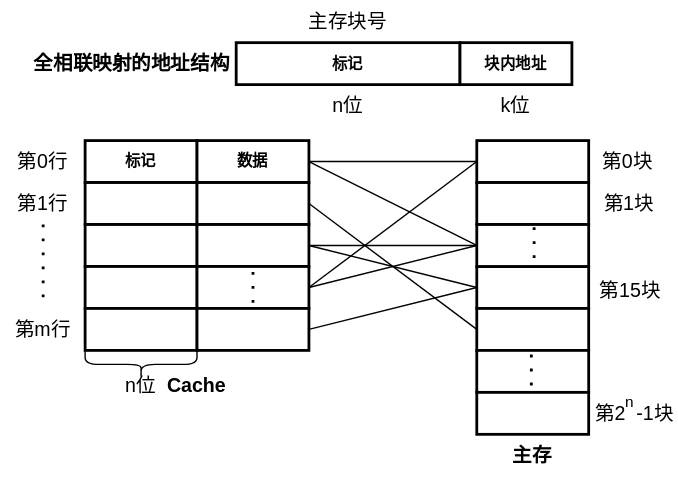
This is pictures/计算机组成原理-Cache-主存的全相联映射方式.drawio.svg from creatern/NoteBook, a draw.io export, as it was before one commit. Source tidied: cells renumbered, new cells last; positions are measured from the earlier drawing's top-left corner, leaving out a move shared by most shapes.
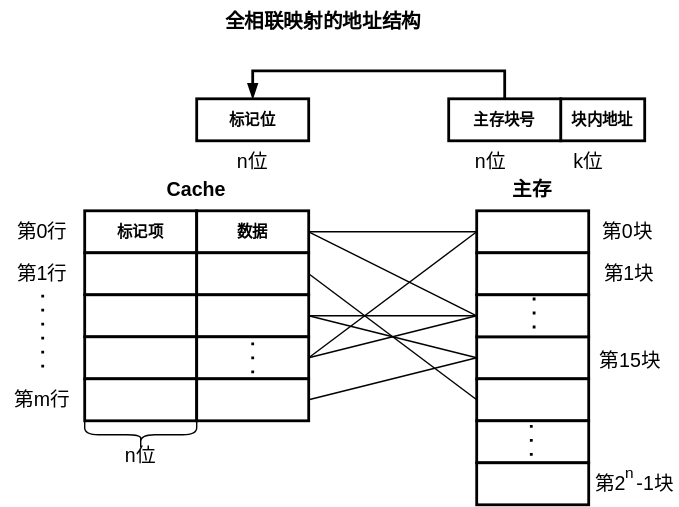
After the change.

What changed in the source:
```diff
@@ -2,16 +2,16 @@
   <root>
     <mxCell id="0" />
     <mxCell id="1" parent="0" />
-    <mxCell id="2" value="标记" style="rounded=0;whiteSpace=wrap;html=1;fontFamily=Helvetica;fontSize=11;fontColor=default;fontStyle=1;strokeWidth=2;" parent="1" vertex="1">
-      <mxGeometry x="168" y="30" width="160" height="30" as="geometry" />
+    <mxCell id="2" value="标记位" style="rounded=0;whiteSpace=wrap;html=1;fontFamily=Helvetica;fontSize=11;fontColor=default;fontStyle=1;strokeWidth=2;" parent="1" vertex="1">
+      <mxGeometry x="140" y="20" width="80" height="30" as="geometry" />
     </mxCell>
     <mxCell id="3" value="块内地址" style="rounded=0;whiteSpace=wrap;html=1;fontFamily=Helvetica;fontSize=11;fontColor=default;fontStyle=1;strokeWidth=2;" parent="1" vertex="1">
-      <mxGeometry x="328" y="30" width="80" height="30" as="geometry" />
+      <mxGeometry x="400" y="20" width="60" height="30" as="geometry" />
     </mxCell>
     <mxCell id="4" value="&lt;b style=&quot;font-size: 14px;&quot;&gt;全相联映射的地址结构&lt;/b&gt;" style="text;html=1;align=center;verticalAlign=middle;strokeColor=none;fillColor=none;fontSize=14;fontFamily=Helvetica;fontColor=default;" parent="1" vertex="1">
-      <mxGeometry x="13" y="30" width="160" height="30" as="geometry" />
+      <mxGeometry x="150" y="-50" width="160" height="30" as="geometry" />
     </mxCell>
-    <mxCell id="5" value="标记" style="rounded=0;whiteSpace=wrap;html=1;fontFamily=Helvetica;fontSize=11;fontColor=default;fontStyle=1;strokeWidth=2;" parent="1" vertex="1">
+    <mxCell id="5" value="标记项" style="rounded=0;whiteSpace=wrap;html=1;fontFamily=Helvetica;fontSize=11;fontColor=default;fontStyle=1;strokeWidth=2;" parent="1" vertex="1">
       <mxGeometry x="60" y="100" width="80" height="30" as="geometry" />
     </mxCell>
     <mxCell id="6" value="数据" style="rounded=0;whiteSpace=wrap;html=1;fontFamily=Helvetica;fontSize=11;fontColor=default;fontStyle=1;strokeWidth=2;" parent="1" vertex="1">
@@ -69,7 +69,7 @@
       </mxGeometry>
     </mxCell>
     <mxCell id="23" value="Cache" style="text;html=1;strokeColor=none;fillColor=none;align=center;verticalAlign=middle;whiteSpace=wrap;rounded=0;fontSize=14;fontFamily=Helvetica;fontColor=default;fontStyle=1;" parent="1" vertex="1">
-      <mxGeometry x="110" y="260" width="60" height="30" as="geometry" />
+      <mxGeometry x="110" y="70" width="60" height="30" as="geometry" />
     </mxCell>
     <mxCell id="24" value="n位" style="text;html=1;strokeColor=none;fillColor=none;align=center;verticalAlign=middle;whiteSpace=wrap;rounded=0;fontSize=14;fontFamily=Helvetica;fontColor=default;" parent="1" vertex="1">
       <mxGeometry x="70" y="260" width="60" height="30" as="geometry" />
@@ -78,7 +78,7 @@
       <mxGeometry x="90" y="220" width="20" height="80" as="geometry" />
     </mxCell>
     <mxCell id="26" value="主存" style="text;html=1;strokeColor=none;fillColor=none;align=center;verticalAlign=middle;whiteSpace=wrap;rounded=0;fontSize=14;fontFamily=Helvetica;fontColor=default;fontStyle=1;" parent="1" vertex="1">
-      <mxGeometry x="350" y="310" width="60" height="30" as="geometry" />
+      <mxGeometry x="350" y="70" width="60" height="30" as="geometry" />
     </mxCell>
     <mxCell id="27" style="shape=connector;rounded=0;jettySize=auto;html=1;exitX=0;exitY=0.5;exitDx=0;exitDy=0;entryX=1;entryY=0.5;entryDx=0;entryDy=0;labelBackgroundColor=default;strokeColor=default;strokeWidth=1;fontFamily=Helvetica;fontSize=11;fontColor=default;endArrow=none;endFill=0;" parent="1" edge="1" source="29" target="6">
       <mxGeometry relative="1" as="geometry" />
@@ -144,13 +144,19 @@
       </mxGeometry>
     </mxCell>
     <mxCell id="46" value="n位" style="text;html=1;strokeColor=none;fillColor=none;align=center;verticalAlign=middle;whiteSpace=wrap;rounded=0;fontSize=14;fontFamily=Helvetica;fontColor=default;" parent="1" vertex="1">
-      <mxGeometry x="218" y="60" width="60" height="30" as="geometry" />
+      <mxGeometry x="150" y="50" width="60" height="30" as="geometry" />
     </mxCell>
+    <mxCell id="48" value="k位" style="text;html=1;strokeColor=none;fillColor=none;align=center;verticalAlign=middle;whiteSpace=wrap;rounded=0;fontSize=14;fontFamily=Helvetica;fontColor=default;" parent="1" vertex="1">
+      <mxGeometry x="390" y="50" width="60" height="30" as="geometry" />
+    </mxCell>
+    <mxCell id="49" style="edgeStyle=orthogonalEdgeStyle;rounded=0;jettySize=auto;html=1;exitX=0.5;exitY=0;exitDx=0;exitDy=0;entryX=0.5;entryY=0;entryDx=0;entryDy=0;strokeWidth=2;endArrow=blockThin;endFill=1;" parent="1" edge="1" source="47" target="2">
+      <mxGeometry relative="1" as="geometry" />
+    </mxCell>
-    <mxCell id="47" value="主存块号" style="text;html=1;strokeColor=none;fillColor=none;align=center;verticalAlign=middle;whiteSpace=wrap;rounded=0;fontSize=14;fontFamily=Helvetica;fontColor=default;" parent="1" vertex="1">
-      <mxGeometry x="218" width="60" height="30" as="geometry" />
+    <mxCell id="47" value="主存块号" style="rounded=0;whiteSpace=wrap;html=1;fontFamily=Helvetica;fontSize=11;fontColor=default;fontStyle=1;strokeWidth=2;" parent="1" vertex="1">
+      <mxGeometry x="320" y="20" width="80" height="30" as="geometry" />
     </mxCell>
-    <mxCell id="48" value="k位" style="text;html=1;strokeColor=none;fillColor=none;align=center;verticalAlign=middle;whiteSpace=wrap;rounded=0;fontSize=14;fontFamily=Helvetica;fontColor=default;" parent="1" vertex="1">
-      <mxGeometry x="338" y="60" width="60" height="30" as="geometry" />
-    </mxCell>
+    <mxCell id="50" value="n位" style="text;html=1;strokeColor=none;fillColor=none;align=center;verticalAlign=middle;whiteSpace=wrap;rounded=0;fontSize=14;fontFamily=Helvetica;fontColor=default;" parent="1" vertex="1">
+      <mxGeometry x="320" y="50" width="60" height="30" as="geometry" />
+    </mxCell>
   </root>
 </mxGraphModel>
```
